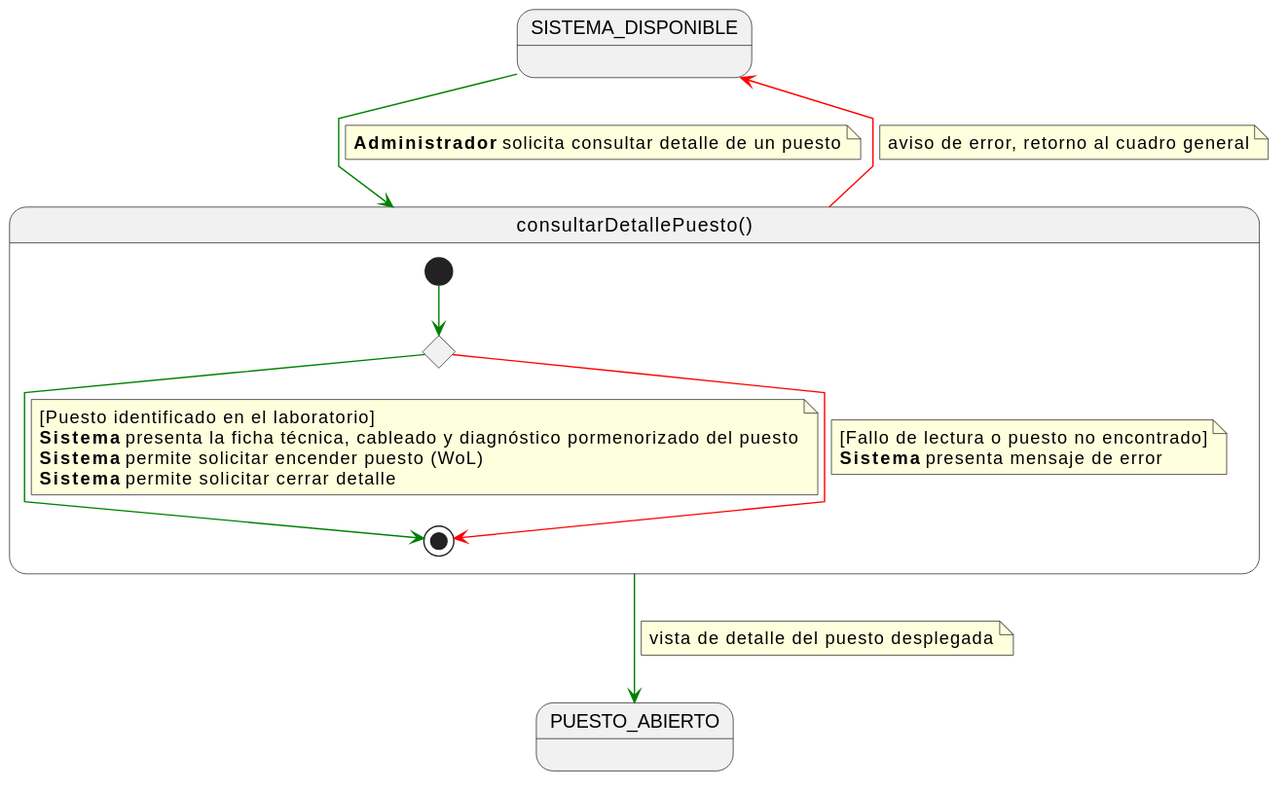
Before: images/01-requisitos/01-detalle-casos-uso/consultarDetallePuesto/especificacion.svg, a diagram exported from PlantUML (Carlos-Lima2510/mesh-panel).
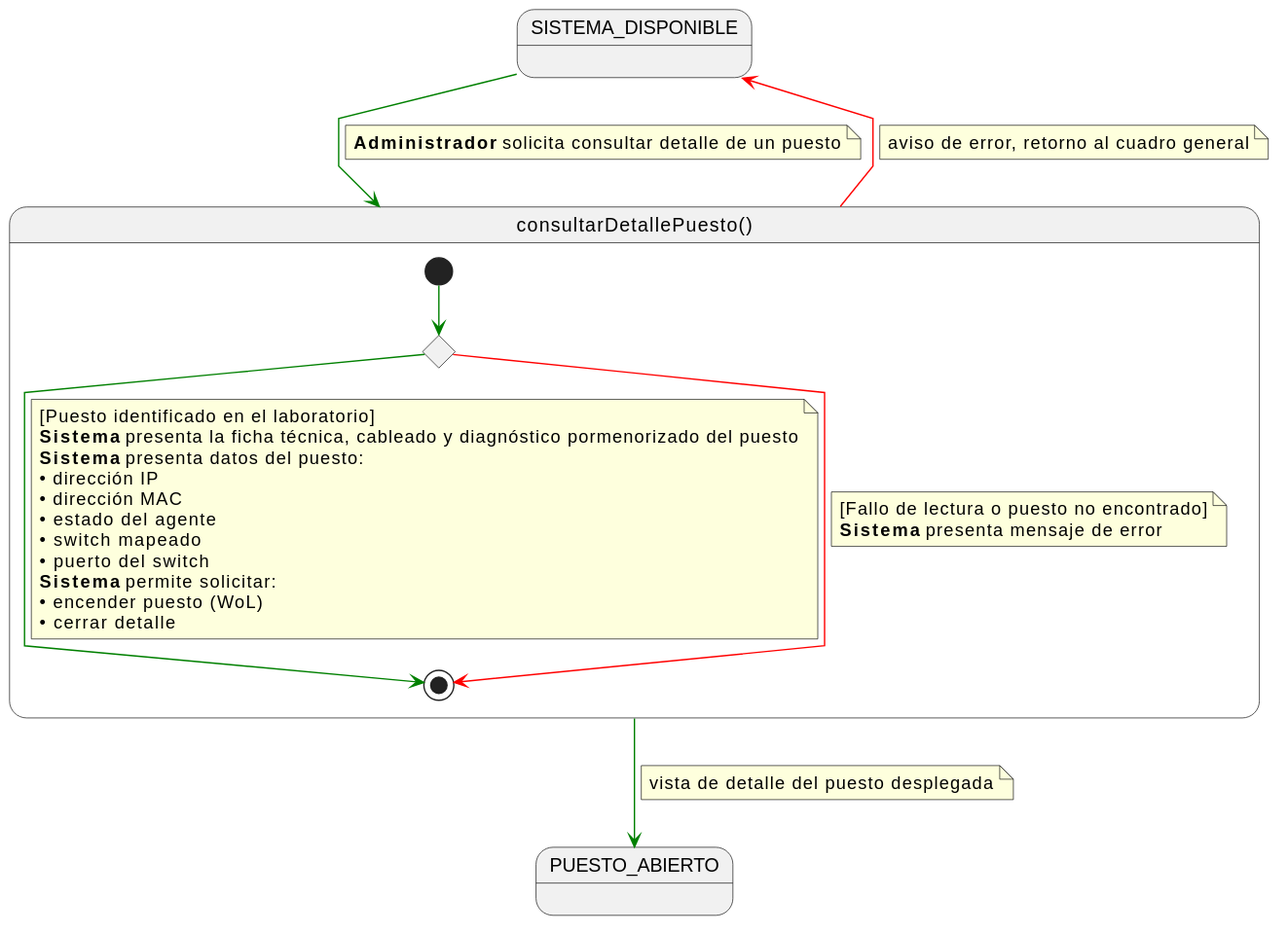
After the change.

Change to the diagram source:
```diff
@@ -19,8 +19,15 @@
     note on link
     [Puesto identificado en el laboratorio]
     <b>Sistema</b> presenta la ficha técnica, cableado y diagnóstico pormenorizado del puesto
-    <b>Sistema</b> permite solicitar encender puesto (WoL)
-    <b>Sistema</b> permite solicitar cerrar detalle
+    <b>Sistema</b> presenta datos del puesto:
+    • dirección IP
+    • dirección MAC
+    • estado del agente
+    • switch mapeado
+    • puerto del switch
+    <b>Sistema</b> permite solicitar:
+    • encender puesto (WoL)
+    • cerrar detalle
     end note
 
     c -[#red]-> [*]
```
